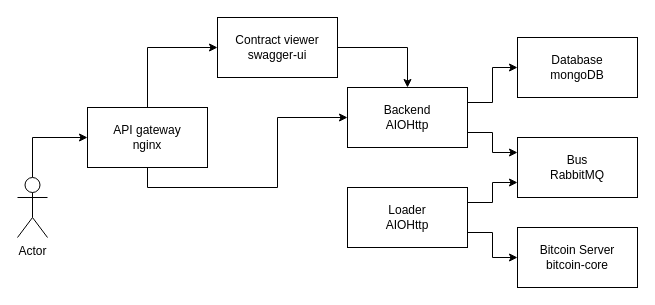
Earlier version of the draw.io diagram architecture.drawio (mas-student/softwarearchitect-2019-11-explorer). Source tidied: cells renumbered, new cells numbered last; positions are measured from the earlier drawing's top-left corner, leaving out a move shared by most shapes. Both pictures are drawn from the tidied source at 100%, with x=0, y=0 at pixel (17, 17).
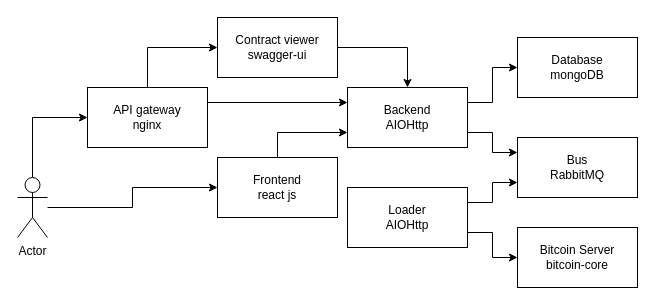
The same diagram, later.

The change refers to these unchanged cells:
```xml
<mxCell id="9" value="&lt;div&gt;Backend&lt;/div&gt;&lt;div&gt;AIOHttp&lt;br&gt;&lt;/div&gt;" style="rounded=0;whiteSpace=wrap;html=1;" parent="1" vertex="1">
  <mxGeometry x="330" y="70" width="120" height="60" as="geometry" />
</mxCell>
<mxCell id="11" value="Actor" style="shape=umlActor;verticalLabelPosition=bottom;labelBackgroundColor=#ffffff;verticalAlign=top;html=1;outlineConnect=0;" parent="1" vertex="1">
  <mxGeometry y="160" width="30" height="60" as="geometry" />
</mxCell>
```

The edit, as a diff of the source:
```diff
@@
-    <mxCell id="3" style="edgeStyle=orthogonalEdgeStyle;rounded=0;jettySize=auto;html=1;exitX=0.5;exitY=1;exitDx=0;exitDy=0;entryX=0;entryY=0.5;entryDx=0;entryDy=0;" parent="1" edge="1" source="4" target="9">
+    <mxCell id="3" style="edgeStyle=orthogonalEdgeStyle;rounded=0;jettySize=auto;html=1;exitX=1;exitY=0.25;exitDx=0;exitDy=0;entryX=0;entryY=0.25;entryDx=0;entryDy=0;" parent="1" edge="1" source="4" target="9">
       <mxGeometry relative="1" as="geometry" />
     </mxCell>
     <mxCell id="4" value="&lt;div&gt;API gateway&lt;/div&gt;&lt;div&gt;nginx&lt;br&gt;&lt;/div&gt;" style="rounded=0;whiteSpace=wrap;html=1;" parent="1" vertex="1">
-      <mxGeometry x="70" y="90" width="120" height="60" as="geometry" />
+      <mxGeometry x="70" y="70" width="120" height="60" as="geometry" />
     </mxCell>
@@
+    <mxCell id="18" style="edgeStyle=orthogonalEdgeStyle;rounded=0;jettySize=auto;html=1;" parent="1" edge="1" source="11" target="20">
+      <mxGeometry relative="1" as="geometry" />
+    </mxCell>
@@
+    <mxCell id="19" style="edgeStyle=orthogonalEdgeStyle;rounded=0;jettySize=auto;html=1;entryX=0;entryY=0.75;entryDx=0;entryDy=0;exitX=0.5;exitY=0;exitDx=0;exitDy=0;" parent="1" edge="1" source="20" target="9">
+      <mxGeometry relative="1" as="geometry" />
+    </mxCell>
+    <mxCell id="20" value="&lt;div&gt;Frontend&lt;br&gt;&lt;/div&gt;&lt;div&gt;react js&lt;/div&gt;" style="rounded=0;whiteSpace=wrap;html=1;" parent="1" vertex="1">
+      <mxGeometry x="200" y="140" width="120" height="60" as="geometry" />
+    </mxCell>
```
